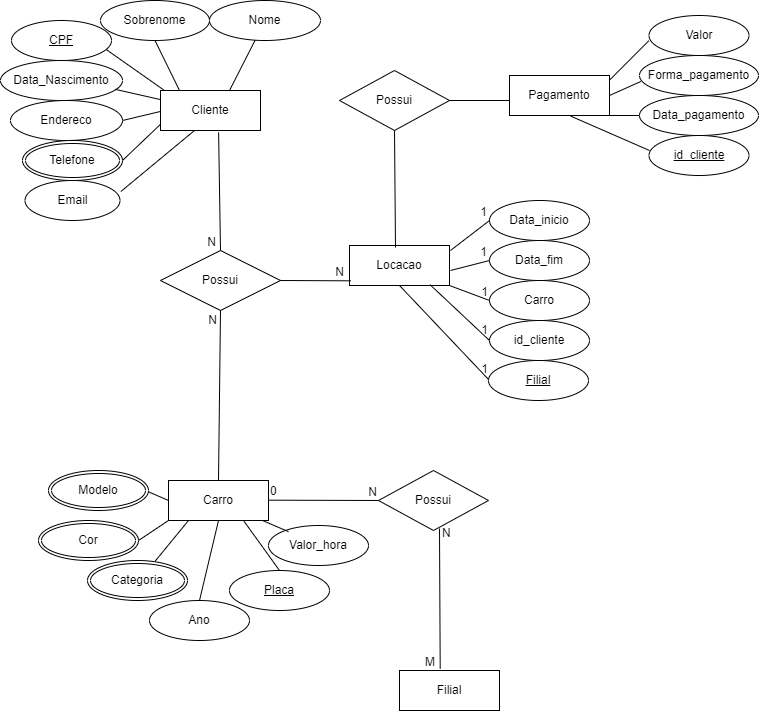
Kelly-Prone/diagramas keeps this draw.io diagram as Mapa_BD1.drawio.png. Above is the earlier version. Source tidied: cells renumbered, new cells last; positions are measured from the earlier drawing's top-left corner, leaving out a move shared by most shapes.
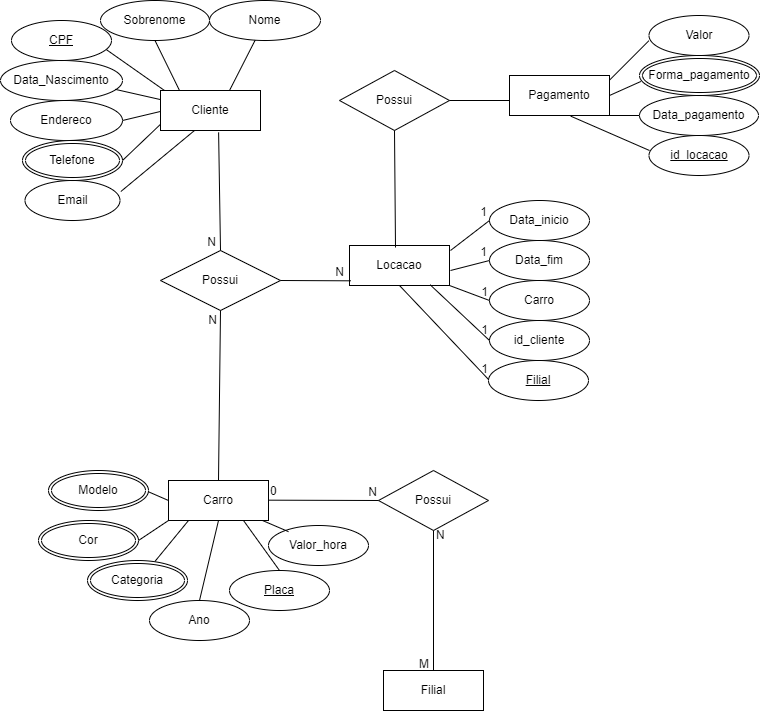
Above is the later version.

The edit, as a diff of the source:
```diff
@@ -126,7 +126,7 @@
       <mxGeometry x="87" y="560" width="100" height="40" as="geometry" />
     </mxCell>
     <mxCell id="33" value="Filial" style="whiteSpace=wrap;html=1;align=center;" parent="1" vertex="1">
-      <mxGeometry x="399" y="670" width="100" height="40" as="geometry" />
+      <mxGeometry x="383" y="670" width="100" height="40" as="geometry" />
     </mxCell>
     <mxCell id="34" value="Possui" style="shape=rhombus;perimeter=rhombusPerimeter;whiteSpace=wrap;html=1;align=center;" parent="1" vertex="1">
       <mxGeometry x="378" y="470" width="110" height="60" as="geometry" />
@@ -142,10 +142,8 @@
     <mxCell id="37" value="N" style="html=1;whiteSpace=wrap;align=right;verticalAlign=bottom;" parent="35" vertex="1">
       <mxGeometry x="1" relative="1" as="geometry" />
     </mxCell>
-    <mxCell id="38" style="endArrow=none;html=1;rounded=0;entryX=0.407;entryY=-0.042;entryDx=0;entryDy=0;entryPerimeter=0;" parent="1" edge="1" target="33">
-      <mxGeometry relative="1" as="geometry">
-        <mxPoint x="439" y="528" as="sourcePoint" />
-      </mxGeometry>
+    <mxCell id="38" style="endArrow=none;html=1;rounded=0;entryX=0.5;entryY=0;entryDx=0;entryDy=0;exitX=0.5;exitY=1;exitDx=0;exitDy=0;" parent="1" edge="1" source="34" target="33">
+      <mxGeometry relative="1" as="geometry" />
     </mxCell>
     <mxCell id="39" value="N" style="html=1;whiteSpace=wrap;align=left;verticalAlign=bottom;" parent="38" vertex="1">
       <mxGeometry x="-1" relative="1" as="geometry">
@@ -244,13 +242,10 @@
     <mxCell id="63" value="Valor" style="ellipse;whiteSpace=wrap;html=1;align=center;" parent="1" vertex="1">
       <mxGeometry x="648.5" y="15" width="100" height="40" as="geometry" />
     </mxCell>
-    <mxCell id="64" value="Forma_pagamento" style="ellipse;whiteSpace=wrap;html=1;align=center;" parent="1" vertex="1">
-      <mxGeometry x="639" y="55" width="119" height="40" as="geometry" />
-    </mxCell>
     <mxCell id="65" value="Data_pagamento" style="ellipse;whiteSpace=wrap;html=1;align=center;" parent="1" vertex="1">
       <mxGeometry x="639" y="95" width="119" height="40" as="geometry" />
     </mxCell>
-    <mxCell id="66" value="id_cliente" style="ellipse;whiteSpace=wrap;html=1;align=center;fontStyle=4;" parent="1" vertex="1">
+    <mxCell id="66" value="id_locacao" style="ellipse;whiteSpace=wrap;html=1;align=center;fontStyle=4;" parent="1" vertex="1">
       <mxGeometry x="648.5" y="135" width="100" height="40" as="geometry" />
     </mxCell>
     <mxCell id="67" style="endArrow=none;html=1;rounded=0;entryX=-0.002;entryY=0.633;entryDx=0;entryDy=0;entryPerimeter=0;" parent="1" edge="1" target="63">
@@ -258,9 +253,10 @@
         <mxPoint x="609" y="79.7" as="sourcePoint" />
       </mxGeometry>
     </mxCell>
-    <mxCell id="68" style="endArrow=none;html=1;rounded=0;entryX=0.011;entryY=0.65;entryDx=0;entryDy=0;entryPerimeter=0;" parent="1" edge="1" target="64">
+    <mxCell id="68" style="endArrow=none;html=1;rounded=0;entryX=0.011;entryY=0.65;entryDx=0;entryDy=0;entryPerimeter=0;" parent="1" edge="1">
       <mxGeometry relative="1" as="geometry">
         <mxPoint x="609" y="95" as="sourcePoint" />
+        <mxPoint x="640.3" y="81" as="targetPoint" />
       </mxGeometry>
     </mxCell>
     <mxCell id="69" style="endArrow=none;html=1;rounded=0;entryX=-0.022;entryY=0.7;entryDx=0;entryDy=0;entryPerimeter=0;exitX=1;exitY=1;exitDx=0;exitDy=0;" parent="1" edge="1" source="42">
@@ -279,5 +275,8 @@
     <mxCell id="72" style="endArrow=none;html=1;rounded=0;entryX=0.5;entryY=0;entryDx=0;entryDy=0;exitX=0.5;exitY=1;exitDx=0;exitDy=0;" parent="1" edge="1" source="15" target="71">
       <mxGeometry relative="1" as="geometry" />
     </mxCell>
+    <mxCell id="64" value="Forma_pagamento" style="ellipse;shape=doubleEllipse;margin=3;whiteSpace=wrap;html=1;align=center;" parent="1" vertex="1">
+      <mxGeometry x="639" y="55" width="120" height="40" as="geometry" />
+    </mxCell>
   </root>
 </mxGraphModel>
```
